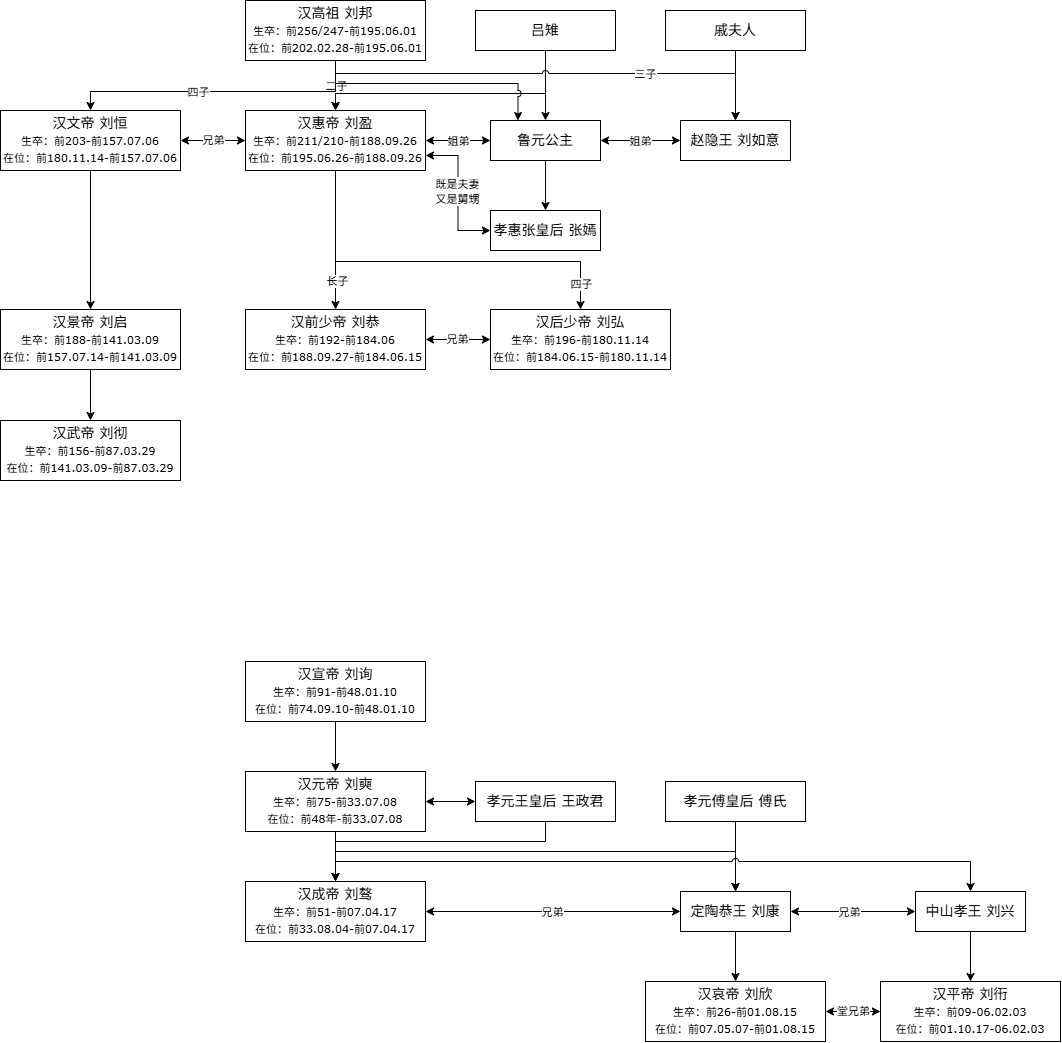
Before: pic/西汉历代皇帝.drawio.png, a diagram exported from draw.io (guxdong/imgrepo). Source tidied: cells renumbered, new cells last; positions are measured from the earlier drawing's top-left corner, leaving out a move shared by most shapes.
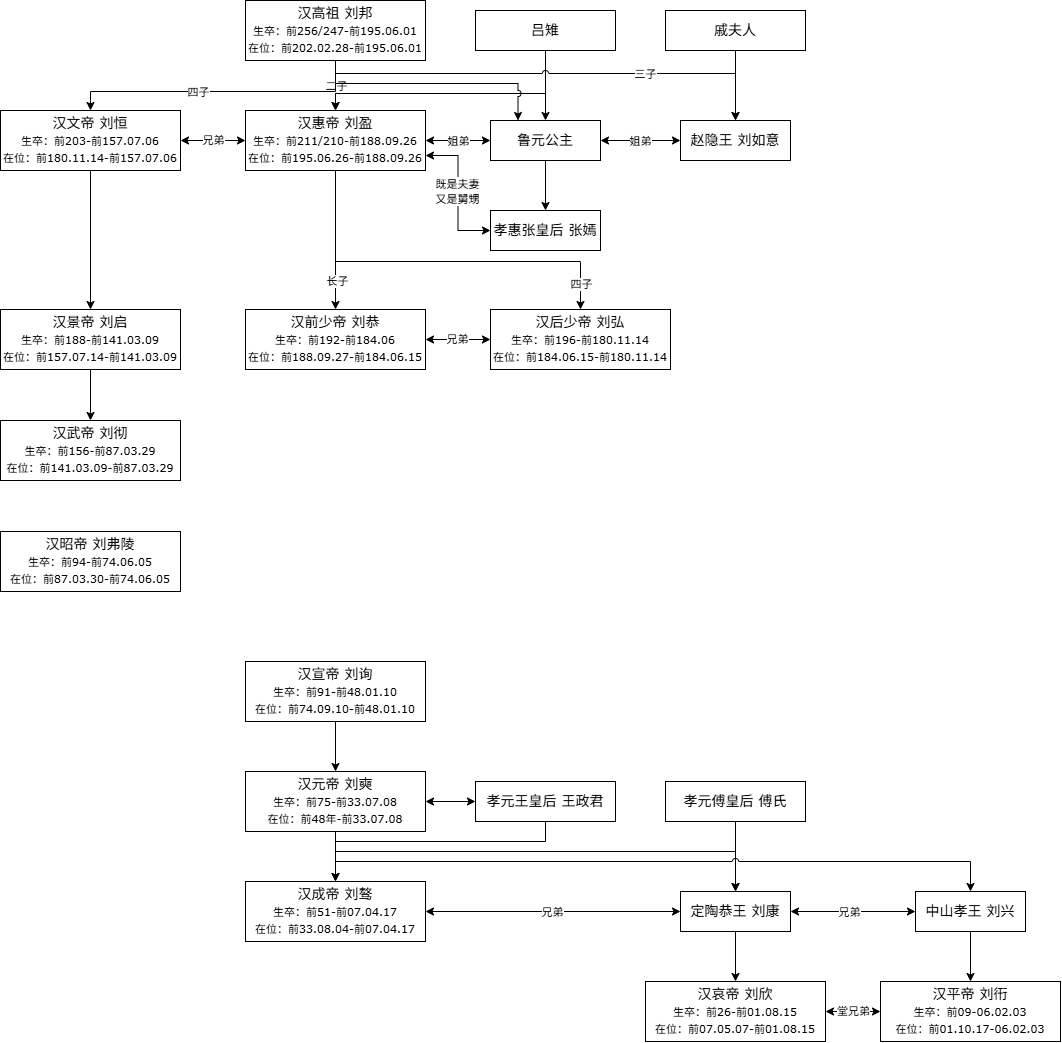
After the change.

Commit message:
更新西汉历代皇帝.drawio.png

The edit, as a diff of the source:
```diff
@@ -245,5 +245,8 @@
     <mxCell id="64" style="endArrow=classic;html=1;rounded=0;exitX=0.5;exitY=1;exitDx=0;exitDy=0;entryX=0.5;entryY=0;entryDx=0;entryDy=0;" parent="1" edge="1" source="61" target="63">
       <mxGeometry relative="1" as="geometry" />
     </mxCell>
+    <mxCell id="65" value="汉昭帝 刘弗陵&lt;div&gt;&lt;font style=&quot;font-size: 11px;&quot;&gt;生卒：&lt;/font&gt;&lt;span style=&quot;background-color: transparent; font-size: 11px;&quot;&gt;前94-前74.06.05&lt;/span&gt;&lt;/div&gt;&lt;div&gt;&lt;font style=&quot;font-size: 11px;&quot;&gt;在位：前87.03.30-前74.06.05&lt;/font&gt;&lt;/div&gt;" style="rounded=0;whiteSpace=wrap;html=1;fontFamily=Verdana;fontSize=14;" parent="1" vertex="1">
+      <mxGeometry y="531" width="180" height="60" as="geometry" />
+    </mxCell>
   </root>
 </mxGraphModel>
```
